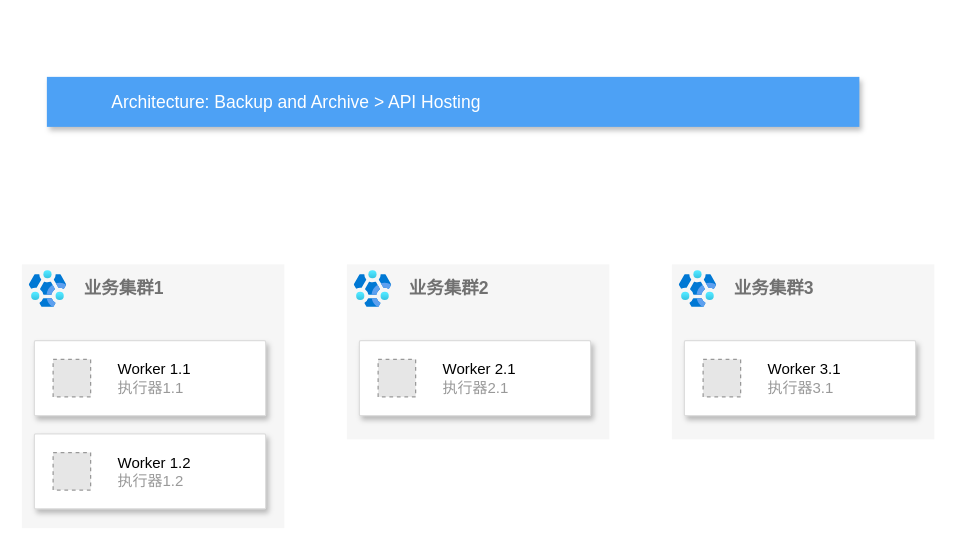
This is CFCA调度中心/横向扩展架构.drawio from sd1026203/drawio, a draw.io file, before an edit. Source tidied: cells renumbered, new cells numbered last; positions are measured from the earlier drawing's top-left corner, leaving out a move shared by most shapes. Both pictures are drawn from the tidied source at 125%, with x=0, y=0 at pixel (21, 76). Pictures stored in the file or linked from it are replaced by grey dashed boxes.
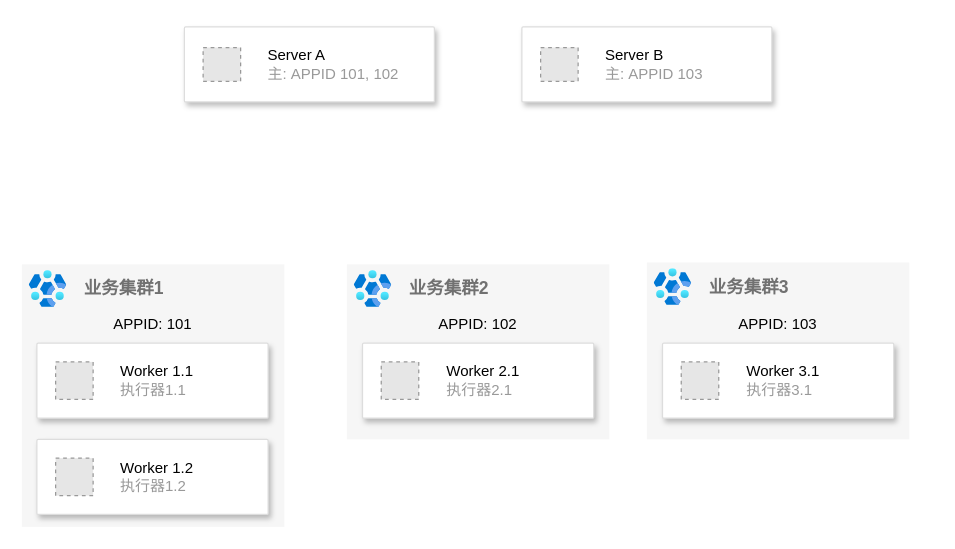
The same diagram, later.

Commit message (it also covers changes not shown here):
更新横向扩展架构.drawio

What changed in the source:
```diff
@@
     <mxCell id="2" value="&lt;b&gt;业务集群1&lt;/b&gt;" style="fillColor=#F6F6F6;strokeColor=none;shadow=0;gradientColor=none;fontSize=14;align=left;spacing=10;fontColor=#717171;9E9E9E;verticalAlign=top;spacingTop=-4;fontStyle=0;spacingLeft=40;html=1;" parent="1" vertex="1">
-      <mxGeometry y="150" width="210" height="211" as="geometry" />
+      <mxGeometry y="150" width="210" height="210" as="geometry" />
     </mxCell>
-    <mxCell id="3" value="Architecture: Backup and Archive &amp;gt; API Hosting" style="fillColor=#4DA1F5;strokeColor=none;shadow=1;gradientColor=none;fontSize=14;align=left;spacingLeft=50;fontColor=#ffffff;html=1;" parent="1" vertex="1">
-      <mxGeometry x="20" width="650" height="40" as="geometry" />
-    </mxCell>
     <mxCell id="4" style="strokeColor=#dddddd;shadow=1;strokeWidth=1;rounded=1;absoluteArcSize=1;arcSize=2;" parent="1" vertex="1">
-      <mxGeometry x="10" y="285.5" width="185" height="60" as="geometry" />
+      <mxGeometry x="12" y="290" width="185" height="60" as="geometry" />
     </mxCell>
@@
     <mxCell id="6" style="strokeColor=#dddddd;shadow=1;strokeWidth=1;rounded=1;absoluteArcSize=1;arcSize=2;" parent="1" vertex="1">
-      <mxGeometry x="10" y="211" width="185" height="60" as="geometry" />
+      <mxGeometry x="12" y="213" width="185" height="60" as="geometry" />
     </mxCell>
@@
     <mxCell id="10" style="strokeColor=#dddddd;shadow=1;strokeWidth=1;rounded=1;absoluteArcSize=1;arcSize=2;" parent="1" vertex="1">
-      <mxGeometry x="270" y="211" width="185" height="60" as="geometry" />
+      <mxGeometry x="272.5" y="213" width="185" height="60" as="geometry" />
     </mxCell>
@@
+    <mxCell id="17" style="fillColor=#ffffff;strokeColor=#dddddd;shadow=1;strokeWidth=1;rounded=1;absoluteArcSize=1;arcSize=2;" parent="1" vertex="1">
+      <mxGeometry x="130" y="-40" width="200" height="60" as="geometry" />
+    </mxCell>
+    <mxCell id="18" value="&lt;font color=&quot;#000000&quot;&gt;Server A&lt;/font&gt;&lt;br&gt;主: APPID 101, 102" style="fillColor=#E6E6E6;strokeColor=#999999;dashed=1;html=1;fontColor=#999999;verticalLabelPosition=middle;verticalAlign=middle;labelPosition=right;align=left;spacingLeft=20;" parent="17" vertex="1">
+      <mxGeometry width="30" height="27" relative="1" as="geometry">
+        <mxPoint x="15" y="16.5" as="offset" />
+      </mxGeometry>
+    </mxCell>
+    <mxCell id="19" value="APPID: 101" style="text;strokeColor=none;align=center;fillColor=none;html=1;verticalAlign=middle;whiteSpace=wrap;rounded=0;" parent="1" vertex="1">
+      <mxGeometry x="69.5" y="183" width="70" height="30" as="geometry" />
+    </mxCell>
+    <mxCell id="20" value="APPID: 102" style="text;strokeColor=none;align=center;fillColor=none;html=1;verticalAlign=middle;whiteSpace=wrap;rounded=0;" parent="1" vertex="1">
+      <mxGeometry x="330" y="183" width="70" height="30" as="geometry" />
+    </mxCell>
     <mxCell id="13" value="&lt;b&gt;业务集群3&lt;/b&gt;" style="fillColor=#F6F6F6;strokeColor=none;shadow=0;gradientColor=none;fontSize=14;align=left;spacing=10;fontColor=#717171;9E9E9E;verticalAlign=top;spacingTop=-4;fontStyle=0;spacingLeft=40;html=1;" parent="1" vertex="1">
-      <mxGeometry x="520" y="150" width="210" height="140" as="geometry" />
+      <mxGeometry x="500" y="148.5" width="210" height="141.5" as="geometry" />
     </mxCell>
-    <mxCell id="14" style="strokeColor=#dddddd;shadow=1;strokeWidth=1;rounded=1;absoluteArcSize=1;arcSize=2;" parent="1" vertex="1">
-      <mxGeometry x="530" y="211" width="185" height="60" as="geometry" />
-    </mxCell>
+    <mxCell id="21" style="strokeColor=#dddddd;shadow=1;strokeWidth=1;rounded=1;absoluteArcSize=1;arcSize=2;" parent="1" vertex="1">
+      <mxGeometry x="512.5" y="213" width="185" height="60" as="geometry" />
+    </mxCell>
-    <mxCell id="15" value="&lt;font color=&quot;#000000&quot;&gt;Worker 3.1&lt;/font&gt;&lt;br&gt;执行器3.1" style="fillColor=#E6E6E6;strokeColor=#999999;dashed=1;html=1;fontColor=#999999;verticalLabelPosition=middle;verticalAlign=middle;labelPosition=right;align=left;spacingLeft=20;" parent="14" vertex="1">
+    <mxCell id="15" value="&lt;font color=&quot;#000000&quot;&gt;Worker 3.1&lt;/font&gt;&lt;br&gt;执行器3.1" style="fillColor=#E6E6E6;strokeColor=#999999;dashed=1;html=1;fontColor=#999999;verticalLabelPosition=middle;verticalAlign=middle;labelPosition=right;align=left;spacingLeft=20;" parent="21" vertex="1">
       <mxGeometry width="30" height="30" relative="1" as="geometry">
         <mxPoint x="15" y="15" as="offset" />
       </mxGeometry>
     </mxCell>
-    <mxCell id="16" style="image;html=1;align=center;fontSize=12;image=img/lib/azure2/analytics/HD_Insight_Clusters.svg;" parent="1" vertex="1">
-      <mxGeometry x="526" y="155" width="30" height="29.5" as="geometry" />
-    </mxCell>
+    <mxCell id="22" style="image;html=1;align=center;fontSize=12;image=img/lib/azure2/analytics/HD_Insight_Clusters.svg;" parent="1" vertex="1">
+      <mxGeometry x="506" y="153.5" width="30" height="29.5" as="geometry" />
+    </mxCell>
+    <mxCell id="23" value="APPID: 103" style="text;strokeColor=none;align=center;fillColor=none;html=1;verticalAlign=middle;whiteSpace=wrap;rounded=0;" parent="1" vertex="1">
+      <mxGeometry x="570" y="183" width="70" height="30" as="geometry" />
+    </mxCell>
+    <mxCell id="24" style="fillColor=#ffffff;strokeColor=#dddddd;shadow=1;strokeWidth=1;rounded=1;absoluteArcSize=1;arcSize=2;" parent="1" vertex="1">
+      <mxGeometry x="400" y="-40" width="200" height="60" as="geometry" />
+    </mxCell>
+    <mxCell id="25" value="&lt;font color=&quot;#000000&quot;&gt;Server B&lt;/font&gt;&lt;br&gt;主: APPID 103" style="fillColor=#E6E6E6;strokeColor=#999999;dashed=1;html=1;fontColor=#999999;verticalLabelPosition=middle;verticalAlign=middle;labelPosition=right;align=left;spacingLeft=20;" parent="24" vertex="1">
+      <mxGeometry width="30" height="27" relative="1" as="geometry">
+        <mxPoint x="15" y="16.5" as="offset" />
+      </mxGeometry>
+    </mxCell>
```
